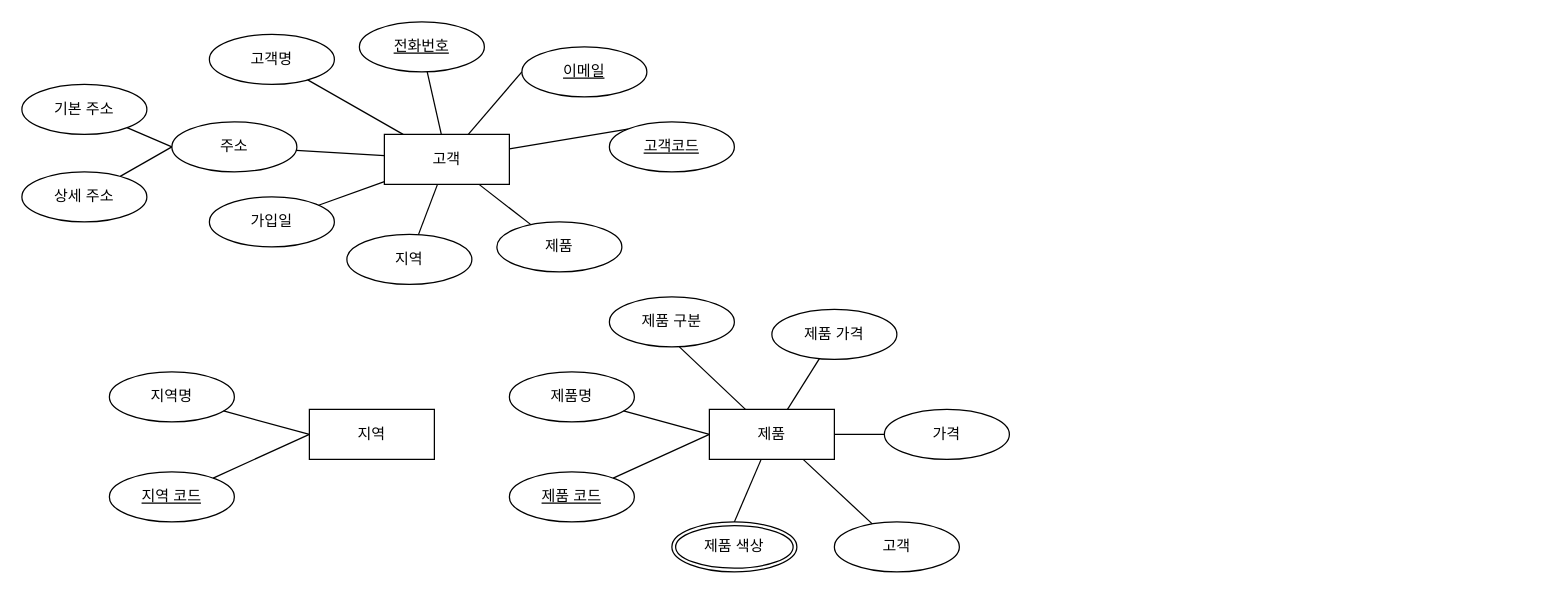
Before: 제목 없는 다이어그램.drawio in hann0079/erd, a draw.io diagram. Source tidied: cells renumbered, new cells numbered last; positions are measured from the earlier drawing's top-left corner, leaving out a move shared by most shapes. Both pictures are drawn from the tidied source at 125%, with x=0, y=0 at pixel (21, 21).
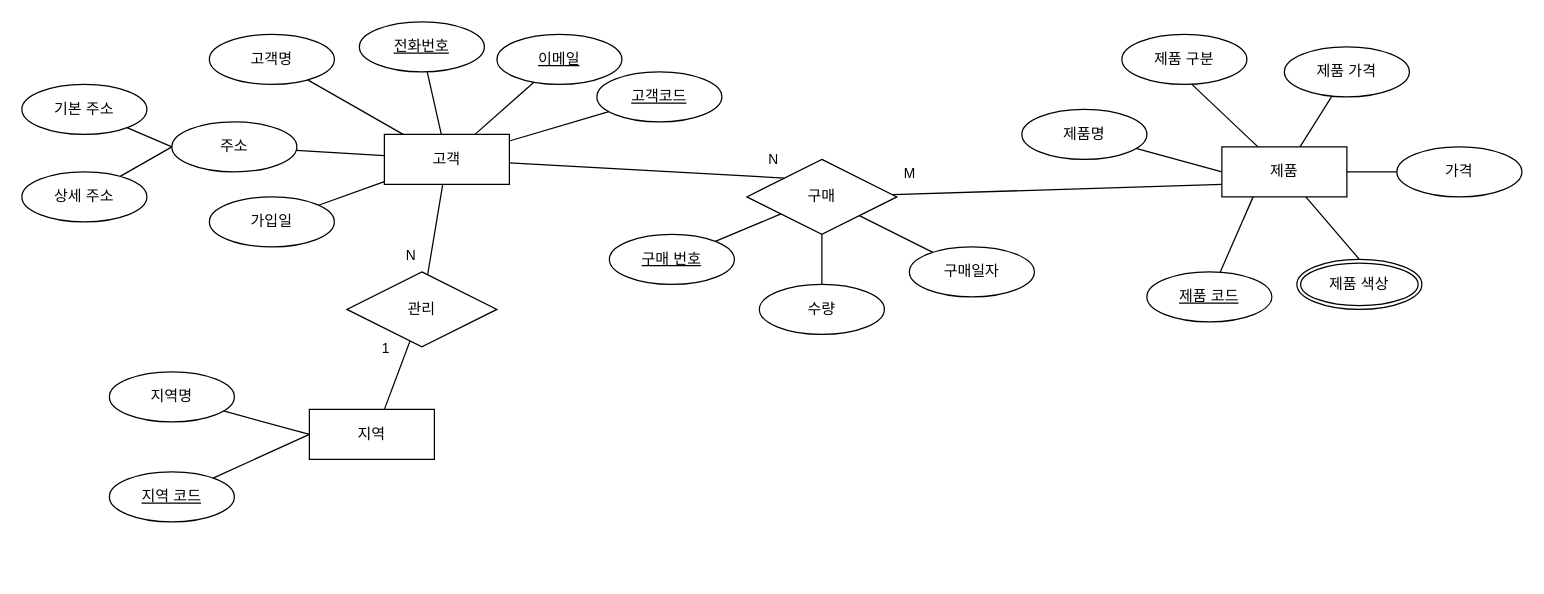
The same diagram, later.

Commit message:
Refined Schema

The change refers to these unchanged cells:
```xml
<mxCell id="2" value="고객" style="whiteSpace=wrap;html=1;align=center;" parent="1" vertex="1">
  <mxGeometry x="290" y="90" width="100" height="40" as="geometry" />
</mxCell>
```

What changed in the source:
```diff
@@
     <mxCell id="7" value="이메일" style="ellipse;whiteSpace=wrap;html=1;align=center;fontStyle=4;" parent="1" vertex="1">
-      <mxGeometry x="400" y="20" width="100" height="40" as="geometry" />
+      <mxGeometry x="380" y="10" width="100" height="40" as="geometry" />
     </mxCell>
     <mxCell id="8" value="고객코드" style="ellipse;whiteSpace=wrap;html=1;align=center;fontStyle=4;" parent="1" vertex="1">
-      <mxGeometry x="470" y="80" width="100" height="40" as="geometry" />
+      <mxGeometry x="460" y="40" width="100" height="40" as="geometry" />
     </mxCell>
-    <mxCell id="9" style="endArrow=none;html=1;rounded=0;exitX=0;exitY=0.5;exitDx=0;exitDy=0;" parent="1" edge="1" source="7" target="2">
+    <mxCell id="9" style="endArrow=none;html=1;rounded=0;" parent="1" edge="1" source="7" target="2">
       <mxGeometry relative="1" as="geometry" />
     </mxCell>
-    <mxCell id="10" style="endArrow=none;html=1;rounded=0;exitX=0;exitY=0;exitDx=0;exitDy=0;" parent="1" edge="1" source="8" target="2">
+    <mxCell id="10" style="endArrow=none;html=1;rounded=0;" parent="1" edge="1" source="8" target="2">
       <mxGeometry relative="1" as="geometry" />
     </mxCell>
@@
-    <mxCell id="19" value="지역" style="ellipse;whiteSpace=wrap;html=1;align=center;" parent="1" vertex="1">
-      <mxGeometry x="260" y="170" width="100" height="40" as="geometry" />
-    </mxCell>
-    <mxCell id="20" style="endArrow=none;html=1;rounded=0;" parent="1" edge="1" source="19" target="2">
-      <mxGeometry relative="1" as="geometry" />
-    </mxCell>
@@
     <mxCell id="26" value="제품" style="whiteSpace=wrap;html=1;align=center;" parent="1" vertex="1">
-      <mxGeometry x="550" y="310" width="100" height="40" as="geometry" />
+      <mxGeometry x="960" y="100" width="100" height="40" as="geometry" />
     </mxCell>
     <mxCell id="27" value="제품명" style="ellipse;whiteSpace=wrap;html=1;align=center;" parent="1" vertex="1">
-      <mxGeometry x="390" y="280" width="100" height="40" as="geometry" />
+      <mxGeometry x="800" y="70" width="100" height="40" as="geometry" />
     </mxCell>
     <mxCell id="28" style="endArrow=none;html=1;rounded=0;" parent="1" edge="1" source="27">
       <mxGeometry relative="1" as="geometry">
-        <mxPoint x="550" y="330" as="targetPoint" />
+        <mxPoint x="960" y="120" as="targetPoint" />
       </mxGeometry>
     </mxCell>
     <mxCell id="29" value="제품 코드" style="ellipse;whiteSpace=wrap;html=1;align=center;fontStyle=4;" parent="1" vertex="1">
-      <mxGeometry x="390" y="360" width="100" height="40" as="geometry" />
+      <mxGeometry x="900" y="200" width="100" height="40" as="geometry" />
     </mxCell>
-    <mxCell id="30" style="endArrow=none;html=1;rounded=0;entryX=0;entryY=0.5;entryDx=0;entryDy=0;" parent="1" edge="1" source="29" target="26">
+    <mxCell id="30" style="endArrow=none;html=1;rounded=0;entryX=0.25;entryY=1;entryDx=0;entryDy=0;" parent="1" edge="1" source="29" target="26">
       <mxGeometry relative="1" as="geometry" />
     </mxCell>
     <mxCell id="31" value="제품 구분" style="ellipse;whiteSpace=wrap;html=1;align=center;" parent="1" vertex="1">
-      <mxGeometry x="470" y="220" width="100" height="40" as="geometry" />
+      <mxGeometry x="880" y="10" width="100" height="40" as="geometry" />
     </mxCell>
     <mxCell id="32" style="endArrow=none;html=1;rounded=0;" parent="1" edge="1" target="26">
       <mxGeometry relative="1" as="geometry">
-        <mxPoint x="526" y="260" as="sourcePoint" />
+        <mxPoint x="936" y="50" as="sourcePoint" />
       </mxGeometry>
     </mxCell>
     <mxCell id="33" value="제품 가격" style="ellipse;whiteSpace=wrap;html=1;align=center;" parent="1" vertex="1">
-      <mxGeometry x="600" y="230" width="100" height="40" as="geometry" />
+      <mxGeometry x="1010" y="20" width="100" height="40" as="geometry" />
     </mxCell>
@@
     <mxCell id="35" value="제품 색상" style="ellipse;shape=doubleEllipse;margin=3;whiteSpace=wrap;html=1;align=center;" parent="1" vertex="1">
-      <mxGeometry x="520" y="400" width="100" height="40" as="geometry" />
+      <mxGeometry x="1020" y="190" width="100" height="40" as="geometry" />
     </mxCell>
     <mxCell id="36" value="가격" style="ellipse;whiteSpace=wrap;html=1;align=center;" parent="1" vertex="1">
-      <mxGeometry x="690" y="310" width="100" height="40" as="geometry" />
+      <mxGeometry x="1100" y="100" width="100" height="40" as="geometry" />
     </mxCell>
@@
-    <mxCell id="39" value="제품" style="ellipse;whiteSpace=wrap;html=1;align=center;" parent="1" vertex="1">
-      <mxGeometry x="380" y="160" width="100" height="40" as="geometry" />
-    </mxCell>
-    <mxCell id="40" value="고객" style="ellipse;whiteSpace=wrap;html=1;align=center;" parent="1" vertex="1">
-      <mxGeometry x="650" y="400" width="100" height="40" as="geometry" />
-    </mxCell>
-    <mxCell id="41" style="endArrow=none;html=1;rounded=0;" parent="1" edge="1" source="39" target="2">
-      <mxGeometry relative="1" as="geometry" />
-    </mxCell>
-    <mxCell id="42" style="endArrow=none;html=1;rounded=0;entryX=0.75;entryY=1;entryDx=0;entryDy=0;" parent="1" edge="1" source="40" target="26">
-      <mxGeometry relative="1" as="geometry" />
-    </mxCell>
+    <mxCell id="43" value="관리" style="shape=rhombus;perimeter=rhombusPerimeter;whiteSpace=wrap;html=1;align=center;" parent="1" vertex="1">
+      <mxGeometry x="260" y="200" width="120" height="60" as="geometry" />
+    </mxCell>
+    <mxCell id="44" style="endArrow=none;html=1;rounded=0;" parent="1" edge="1" source="43" target="2">
+      <mxGeometry relative="1" as="geometry" />
+    </mxCell>
+    <mxCell id="45" value="N" style="edgeLabel;html=1;align=center;verticalAlign=middle;" parent="44" vertex="1">
+      <mxGeometry x="-0.56" y="1" relative="1" as="geometry">
+        <mxPoint x="-16" as="offset" />
+      </mxGeometry>
+    </mxCell>
+    <mxCell id="46" style="endArrow=none;html=1;rounded=0;" parent="1" edge="1" target="43">
+      <mxGeometry relative="1" as="geometry">
+        <mxPoint x="290" y="310" as="sourcePoint" />
+      </mxGeometry>
+    </mxCell>
+    <mxCell id="47" value="1" style="edgeLabel;html=1;align=center;verticalAlign=middle;" parent="46" vertex="1">
+      <mxGeometry x="-0.42" y="2" relative="1" as="geometry">
+        <mxPoint x="-4" y="-33" as="offset" />
+      </mxGeometry>
+    </mxCell>
+    <mxCell id="48" value="구매" style="shape=rhombus;perimeter=rhombusPerimeter;whiteSpace=wrap;html=1;align=center;" parent="1" vertex="1">
+      <mxGeometry x="580" y="110" width="120" height="60" as="geometry" />
+    </mxCell>
+    <mxCell id="49" value="구매 번호" style="ellipse;whiteSpace=wrap;html=1;align=center;fontStyle=4;" parent="1" vertex="1">
+      <mxGeometry x="470" y="170" width="100" height="40" as="geometry" />
+    </mxCell>
+    <mxCell id="50" value="수량" style="ellipse;whiteSpace=wrap;html=1;align=center;" parent="1" vertex="1">
+      <mxGeometry x="590" y="210" width="100" height="40" as="geometry" />
+    </mxCell>
+    <mxCell id="51" value="구매일자" style="ellipse;whiteSpace=wrap;html=1;align=center;" parent="1" vertex="1">
+      <mxGeometry x="710" y="180" width="100" height="40" as="geometry" />
+    </mxCell>
+    <mxCell id="52" style="endArrow=none;html=1;rounded=0;exitX=0;exitY=0;exitDx=0;exitDy=0;" parent="1" edge="1" source="48" target="2">
+      <mxGeometry relative="1" as="geometry" />
+    </mxCell>
+    <mxCell id="53" value="N" style="edgeLabel;html=1;align=center;verticalAlign=middle;" parent="52" vertex="1">
+      <mxGeometry x="-0.79" y="-4" relative="1" as="geometry">
+        <mxPoint x="13" y="-10" as="offset" />
+      </mxGeometry>
+    </mxCell>
+    <mxCell id="54" style="endArrow=none;html=1;rounded=0;" parent="1" edge="1" source="49" target="48">
+      <mxGeometry relative="1" as="geometry" />
+    </mxCell>
+    <mxCell id="55" style="endArrow=none;html=1;rounded=0;" parent="1" edge="1" source="50" target="48">
+      <mxGeometry relative="1" as="geometry" />
+    </mxCell>
+    <mxCell id="56" style="endArrow=none;html=1;rounded=0;" parent="1" edge="1" source="51" target="48">
+      <mxGeometry relative="1" as="geometry" />
+    </mxCell>
+    <mxCell id="57" style="endArrow=none;html=1;rounded=0;entryX=0;entryY=0.75;entryDx=0;entryDy=0;" parent="1" edge="1" source="48" target="26">
+      <mxGeometry relative="1" as="geometry" />
+    </mxCell>
+    <mxCell id="58" value="M" style="edgeLabel;html=1;align=center;verticalAlign=middle;" parent="57" vertex="1">
+      <mxGeometry x="-0.78" y="2" relative="1" as="geometry">
+        <mxPoint x="-16" y="-15" as="offset" />
+      </mxGeometry>
+    </mxCell>
```
